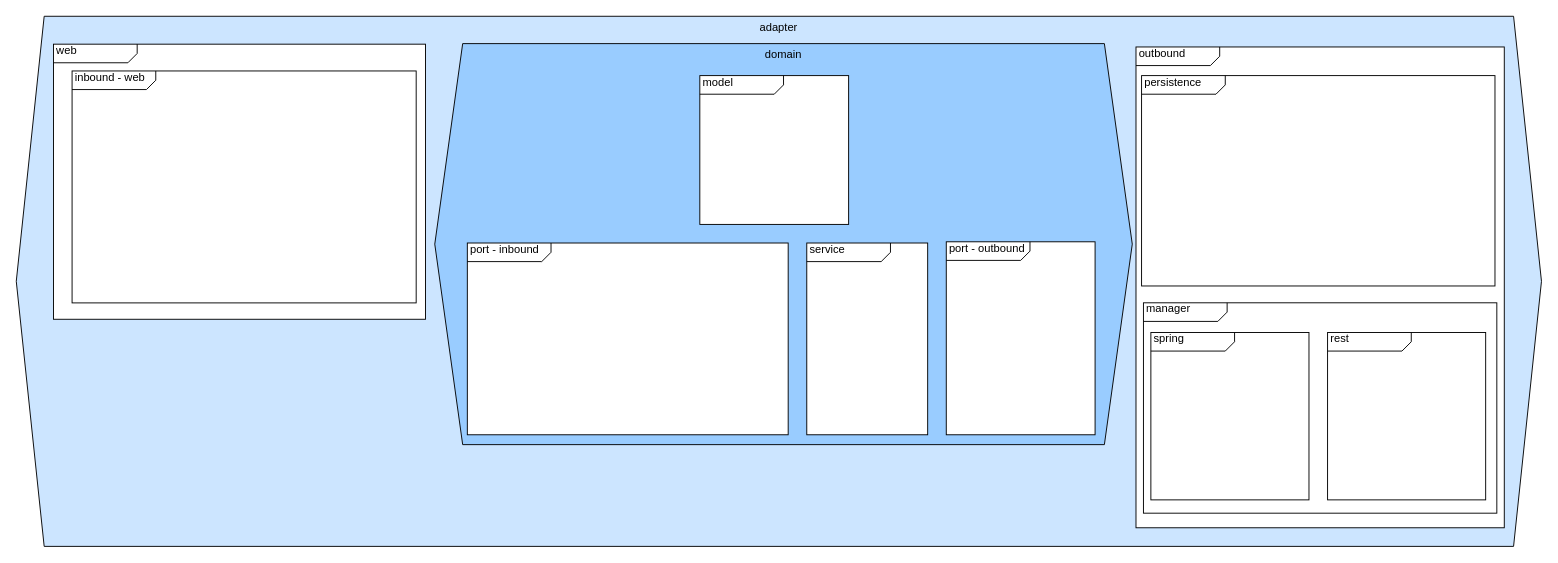
Quintor/hexagonal-architecture-workshop keeps this draw.io diagram as page "beginstaat-booking" (5 of 10) of docs/assignment-diagrammen/diagrammen-verzameling.drawio. Above is the earlier version. Source tidied: cells renumbered, new cells numbered last; positions are measured from the earlier drawing's top-left corner, leaving out a move shared by most shapes. Both pictures are drawn from the tidied source at 93%, with x=0, y=0 at pixel (16, 16).
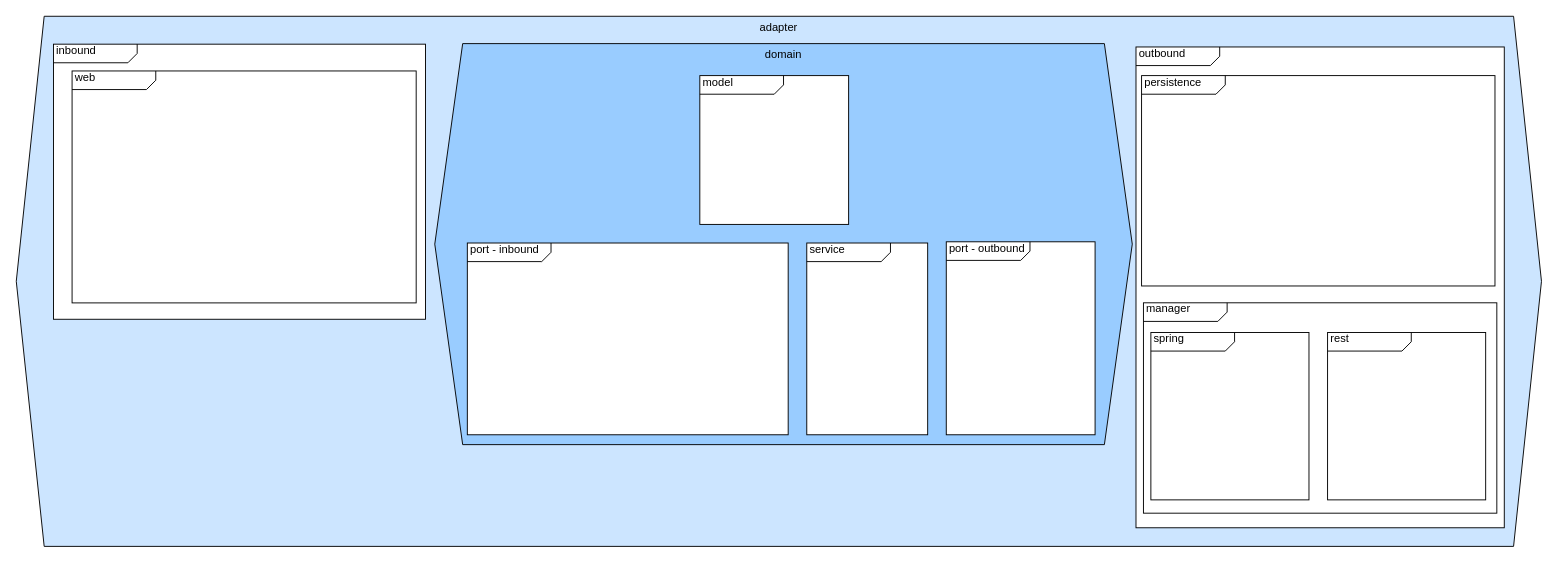
After the change.

Commit message (it also covers changes not shown here):
fix: reverse web with inbound package naming

The edit, as a diff of the source:
```diff
@@
 <mxGraphModel>
   <root>
     <mxCell id="0" />
     <mxCell id="1" parent="0" />
     <mxCell id="2" value="adapter" style="shape=hexagon;perimeter=hexagonPerimeter2;whiteSpace=wrap;html=1;fixedSize=1;align=center;verticalAlign=top;spacing=0;size=30;fillColor=#CCE5FF;" parent="1" vertex="1">
       <mxGeometry width="1640" height="570" as="geometry" />
     </mxCell>
-    <mxCell id="3" value="&amp;nbsp;web" style="html=1;shape=mxgraph.sysml.package;html=1;overflow=fill;whiteSpace=wrap;align=left;" parent="1" vertex="1">
+    <mxCell id="3" value="&amp;nbsp;inbound" style="html=1;shape=mxgraph.sysml.package;html=1;overflow=fill;whiteSpace=wrap;align=left;" parent="1" vertex="1">
       <mxGeometry x="40" y="30" width="400" height="295.8" as="geometry" />
     </mxCell>
     <mxCell id="4" value="domain" style="shape=hexagon;perimeter=hexagonPerimeter2;whiteSpace=wrap;html=1;fixedSize=1;align=center;verticalAlign=top;spacing=0;size=30;fillColor=#99CCFF;" parent="1" vertex="1">
       <mxGeometry x="450" y="29.4" width="750" height="431.2" as="geometry" />
     </mxCell>
     <mxCell id="5" value="&lt;div align=&quot;left&quot;&gt;&amp;nbsp;model&lt;/div&gt;" style="html=1;shape=mxgraph.sysml.package;html=1;overflow=fill;whiteSpace=wrap;align=left;" parent="1" vertex="1">
       <mxGeometry x="735" y="63.8" width="160" height="160" as="geometry" />
     </mxCell>
     <mxCell id="6" value="&lt;div&gt;&amp;nbsp;port - inbound&lt;/div&gt;&lt;div&gt;&lt;br&gt;&lt;/div&gt;&lt;div&gt;&lt;br&gt;&lt;/div&gt;" style="html=1;shape=mxgraph.sysml.package;html=1;overflow=fill;whiteSpace=wrap;align=left;" parent="1" vertex="1">
       <mxGeometry x="485" y="243.8" width="345" height="206.2" as="geometry" />
     </mxCell>
     <mxCell id="7" value="&amp;nbsp;service" style="html=1;shape=mxgraph.sysml.package;html=1;overflow=fill;whiteSpace=wrap;align=left;" parent="1" vertex="1">
       <mxGeometry x="850" y="243.8" width="130" height="206.2" as="geometry" />
     </mxCell>
-    <mxCell id="8" value="&amp;nbsp;inbound - web" style="html=1;shape=mxgraph.sysml.package;html=1;overflow=fill;whiteSpace=wrap;align=left;" parent="1" vertex="1">
+    <mxCell id="8" value="&amp;nbsp;web" style="html=1;shape=mxgraph.sysml.package;html=1;overflow=fill;whiteSpace=wrap;align=left;" parent="1" vertex="1">
       <mxGeometry x="60" y="58.8" width="370" height="249.4" as="geometry" />
     </mxCell>
     <mxCell id="9" value="&amp;nbsp;outbound" style="html=1;shape=mxgraph.sysml.package;html=1;overflow=fill;whiteSpace=wrap;align=left;" parent="1" vertex="1">
       <mxGeometry x="1204" y="33" width="396" height="517" as="geometry" />
     </mxCell>
     <mxCell id="10" value="&lt;div&gt;&amp;nbsp;persistence&lt;/div&gt;" style="html=1;shape=mxgraph.sysml.package;html=1;overflow=fill;whiteSpace=wrap;align=left;" parent="1" vertex="1">
       <mxGeometry x="1210" y="63.8" width="380" height="226.2" as="geometry" />
     </mxCell>
     <mxCell id="11" value="&lt;div&gt;&amp;nbsp;port - outbound&lt;/div&gt;&lt;div&gt;&lt;br&gt;&lt;/div&gt;&lt;div&gt;&lt;br&gt;&lt;/div&gt;" style="html=1;shape=mxgraph.sysml.package;html=1;overflow=fill;whiteSpace=wrap;align=left;" parent="1" vertex="1">
       <mxGeometry x="1000" y="242.5" width="160" height="207.5" as="geometry" />
     </mxCell>
     <mxCell id="12" value="&amp;nbsp;manager" style="html=1;shape=mxgraph.sysml.package;html=1;overflow=fill;whiteSpace=wrap;align=left;" parent="1" vertex="1">
       <mxGeometry x="1212" y="308.1" width="380" height="226.2" as="geometry" />
     </mxCell>
     <mxCell id="13" value="&amp;nbsp;spring" style="html=1;shape=mxgraph.sysml.package;html=1;overflow=fill;whiteSpace=wrap;align=left;" parent="1" vertex="1">
       <mxGeometry x="1220" y="340" width="170" height="180" as="geometry" />
     </mxCell>
     <mxCell id="14" value="&amp;nbsp;rest" style="html=1;shape=mxgraph.sysml.package;html=1;overflow=fill;whiteSpace=wrap;align=left;" parent="1" vertex="1">
       <mxGeometry x="1410" y="340" width="170" height="180" as="geometry" />
     </mxCell>
   </root>
 </mxGraphModel>
```
